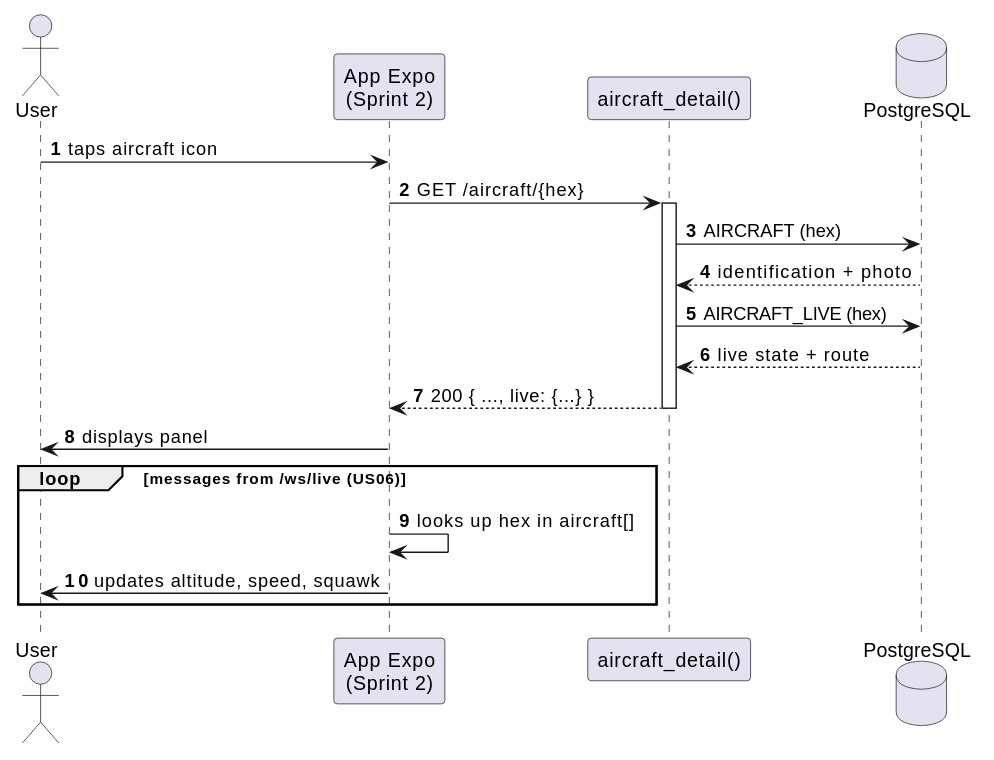
The PlantUML diagram docs/system-documentation/use-cases/US07/svg/sd_us07.svg in miguelsiilva1/SkyTracer, before a commit.
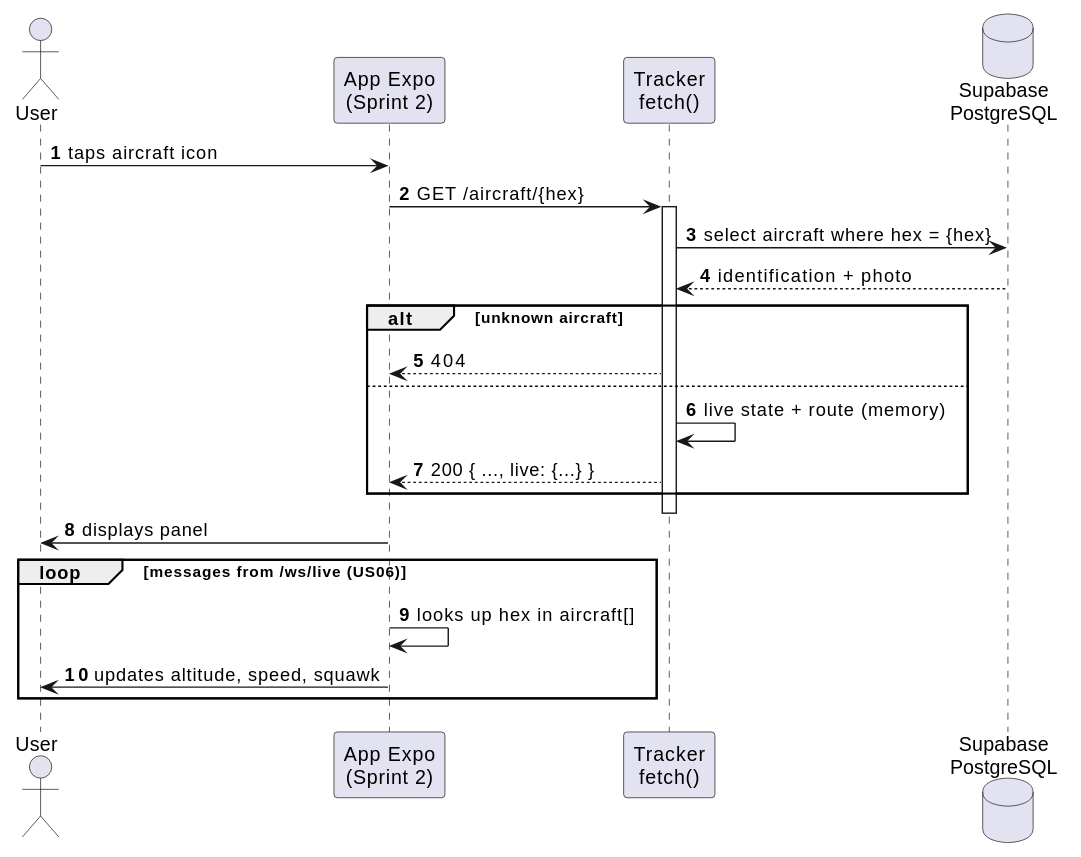
After the commit.

What changed in the source:
```diff
@@ -2,17 +2,20 @@
 autonumber
 actor "User" as U
 participant "App Expo\n(Sprint 2)" as App
-participant "aircraft_detail()" as API
-database "PostgreSQL" as DB
+participant "Tracker\nfetch()" as API
+database "Supabase\nPostgreSQL" as DB
 
 U -> App : taps aircraft icon
 App -> API : GET /aircraft/{hex}
 activate API
-API -> DB : AIRCRAFT (hex)
+API -> DB : select aircraft where hex = {hex}
 DB --> API : identification + photo
-API -> DB : AIRCRAFT_LIVE (hex)
-DB --> API : live state + route
-API --> App : 200 { ..., live: {...} }
+alt unknown aircraft
+  API --> App : 404
+else
+  API -> API : live state + route (memory)
+  API --> App : 200 { ..., live: {...} }
+end
 deactivate API
 App -> U : displays panel
 loop messages from /ws/live (US06)
```
